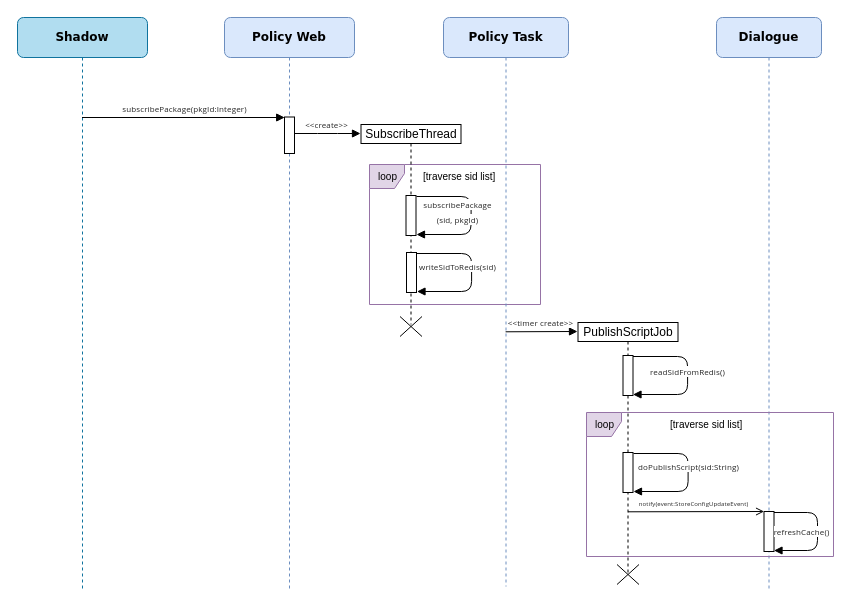
GeekKwok/UML keeps this draw.io diagram as leyan/dxm/Sequence Diagram 4.drawio. Above is the earlier version. Source tidied: cells renumbered, new cells numbered last; positions are measured from the earlier drawing's top-left corner, leaving out a move shared by most shapes. Both pictures are drawn from the tidied source at 100%, with x=0, y=0 at pixel (17, 17).
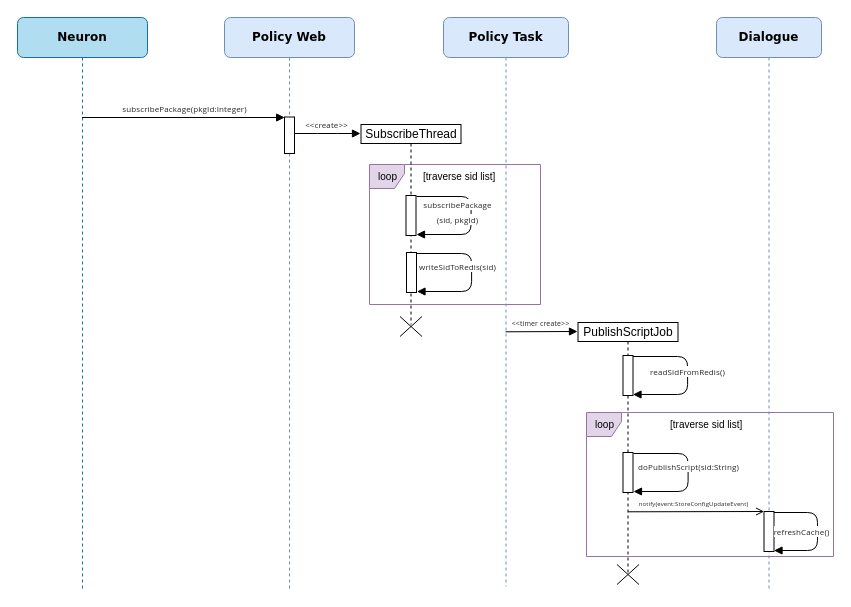
The same diagram, later.

The edit, as a diff of the source:
```diff
@@
-    <mxCell id="3" value="&lt;b&gt;Shadow&lt;/b&gt;" style="shape=umlLifeline;perimeter=lifelinePerimeter;whiteSpace=wrap;html=1;outlineConnect=0;rounded=1;shadow=0;comic=0;labelBackgroundColor=none;strokeWidth=1;fontFamily=Verdana;fontSize=12;align=center;fillColor=#b1ddf0;strokeColor=#10739e;" parent="1" vertex="1">
+    <mxCell id="3" value="&lt;b&gt;Neuron&lt;/b&gt;" style="shape=umlLifeline;perimeter=lifelinePerimeter;whiteSpace=wrap;html=1;outlineConnect=0;rounded=1;shadow=0;comic=0;labelBackgroundColor=none;strokeWidth=1;fontFamily=Verdana;fontSize=12;align=center;fillColor=#b1ddf0;strokeColor=#10739e;" parent="1" vertex="1">
       <mxGeometry width="130" height="572" as="geometry" />
     </mxCell>
@@
-    <mxCell id="22" value="&lt;font color=&quot;#262626&quot; face=&quot;chinese quote, segoe ui, roboto, pingfang sc, hiragino sans gb, microsoft yahei, helvetica neue, helvetica, arial, sans-serif, apple color emoji&quot;&gt;&lt;span style=&quot;font-size: 8px ; letter-spacing: 0.12px ; background-color: rgb(255 , 255 , 255)&quot;&gt;&amp;lt;&amp;lt;timer create&amp;gt;&amp;gt;&lt;/span&gt;&lt;/font&gt;" style="html=1;verticalAlign=bottom;endArrow=block;labelBackgroundColor=none;fontFamily=Verdana;fontSize=12;edgeStyle=elbowEdgeStyle;elbow=vertical;exitX=0.497;exitY=0.598;exitDx=0;exitDy=0;exitPerimeter=0;" parent="1" edge="1">
+    <mxCell id="22" value="&lt;font color=&quot;#262626&quot; face=&quot;chinese quote, segoe ui, roboto, pingfang sc, hiragino sans gb, microsoft yahei, helvetica neue, helvetica, arial, sans-serif, apple color emoji&quot; size=&quot;1&quot;&gt;&lt;span style=&quot;letter-spacing: 0.12px ; background-color: rgb(255 , 255 , 255) ; font-size: 7px&quot;&gt;&amp;lt;&amp;lt;timer create&amp;gt;&amp;gt;&lt;/span&gt;&lt;/font&gt;" style="html=1;verticalAlign=bottom;endArrow=block;labelBackgroundColor=none;fontFamily=Verdana;fontSize=12;edgeStyle=elbowEdgeStyle;elbow=vertical;exitX=0.497;exitY=0.598;exitDx=0;exitDy=0;exitPerimeter=0;" parent="1" edge="1">
       <mxGeometry x="-0.04" relative="1" as="geometry">
         <mxPoint x="488.1" y="314.3" as="sourcePoint" />
         <mxPoint x="560" y="314" as="targetPoint" />
       </mxGeometry>
     </mxCell>
```
